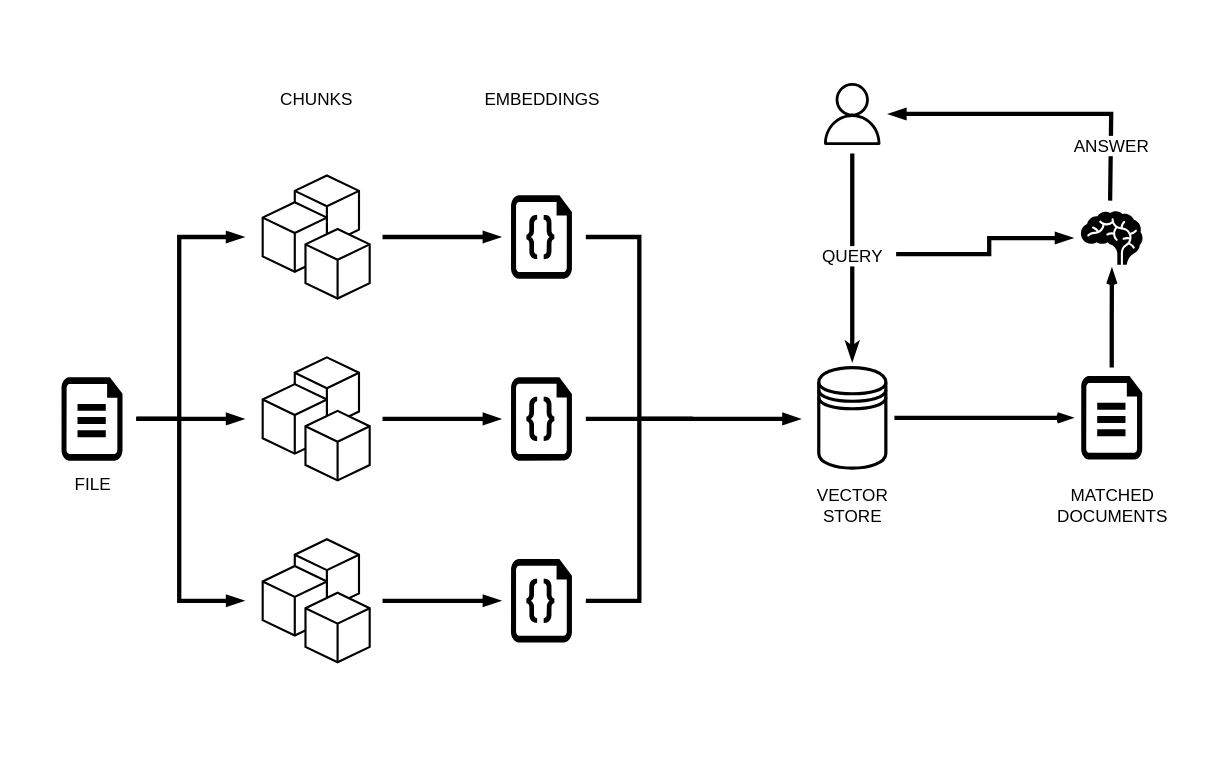
Before: data/Process.drawio in LWaetzig/StudentChatbot, a draw.io diagram. Source tidied: cells renumbered, new cells numbered last; positions are measured from the earlier drawing's top-left corner, leaving out a move shared by most shapes. Both pictures are drawn from the tidied source at 107%, with x=0, y=0 at pixel (59, 82).
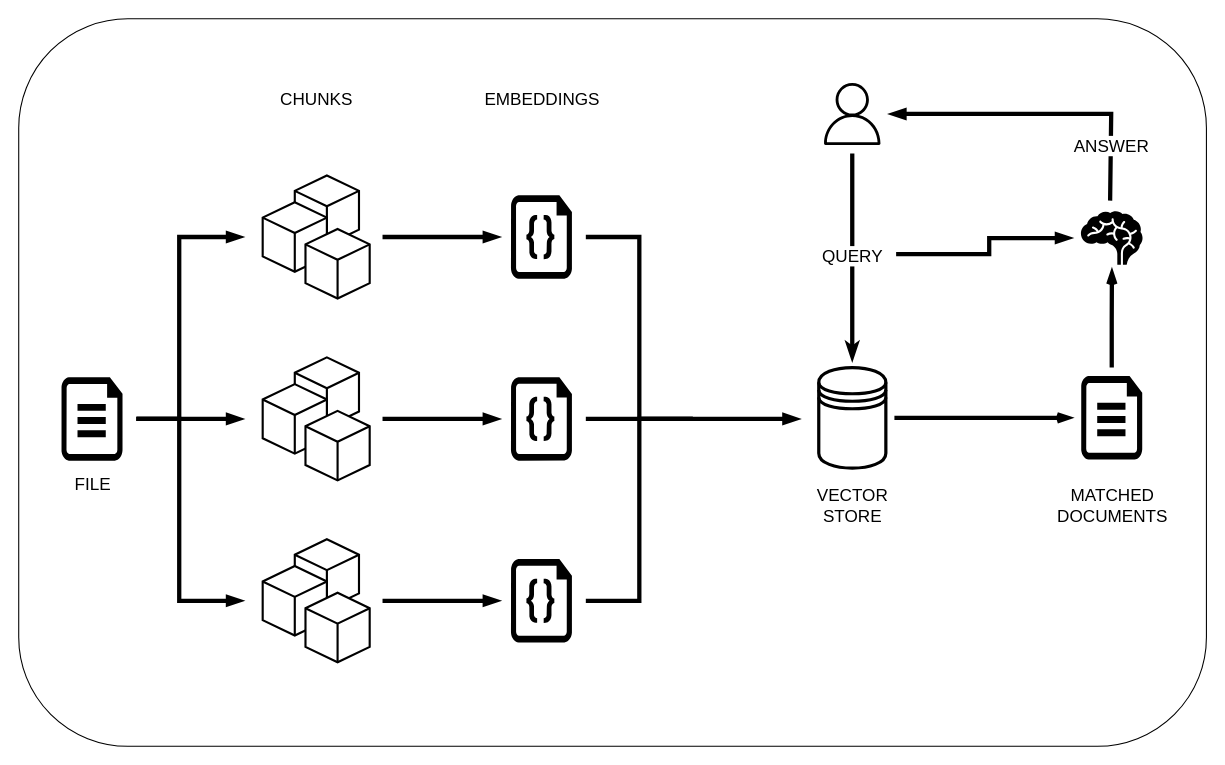
The same diagram, later.

What changed in the source:
```diff
@@
+    <mxCell id="45" style="rounded=1;whiteSpace=wrap;html=1;" parent="1" vertex="1">
+      <mxGeometry x="-38" y="-60" width="1110" height="680" as="geometry" />
+    </mxCell>
```
